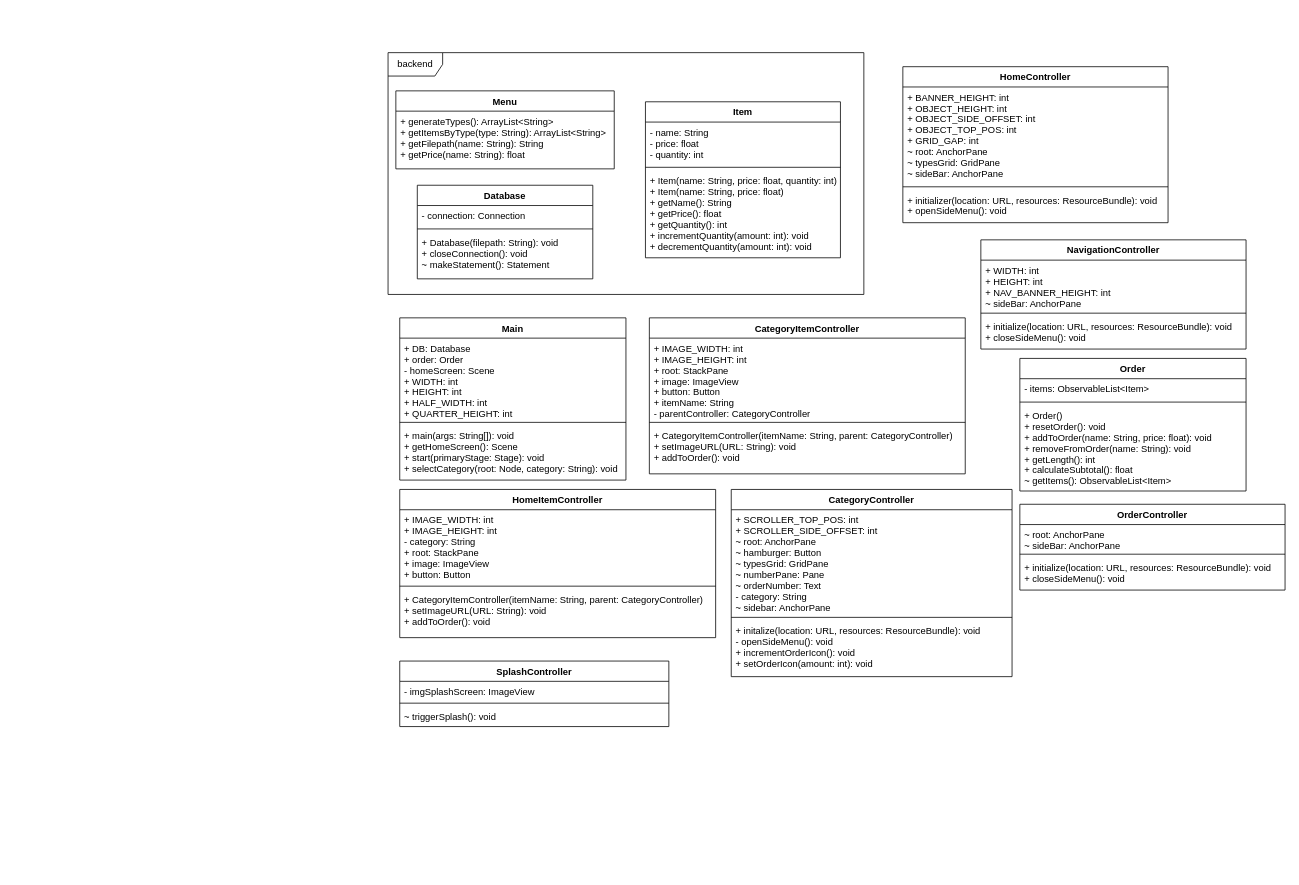
This is ClassDiagram.drawio from matthew-e-brown/COIS-2240H-FinalProject, a draw.io file, before an edit. Source tidied: cells renumbered, new cells numbered last; positions are measured from the earlier drawing's top-left corner, leaving out a move shared by most shapes. Both pictures are drawn from the tidied source at 78%, with x=0, y=0 at pixel (388, 52).
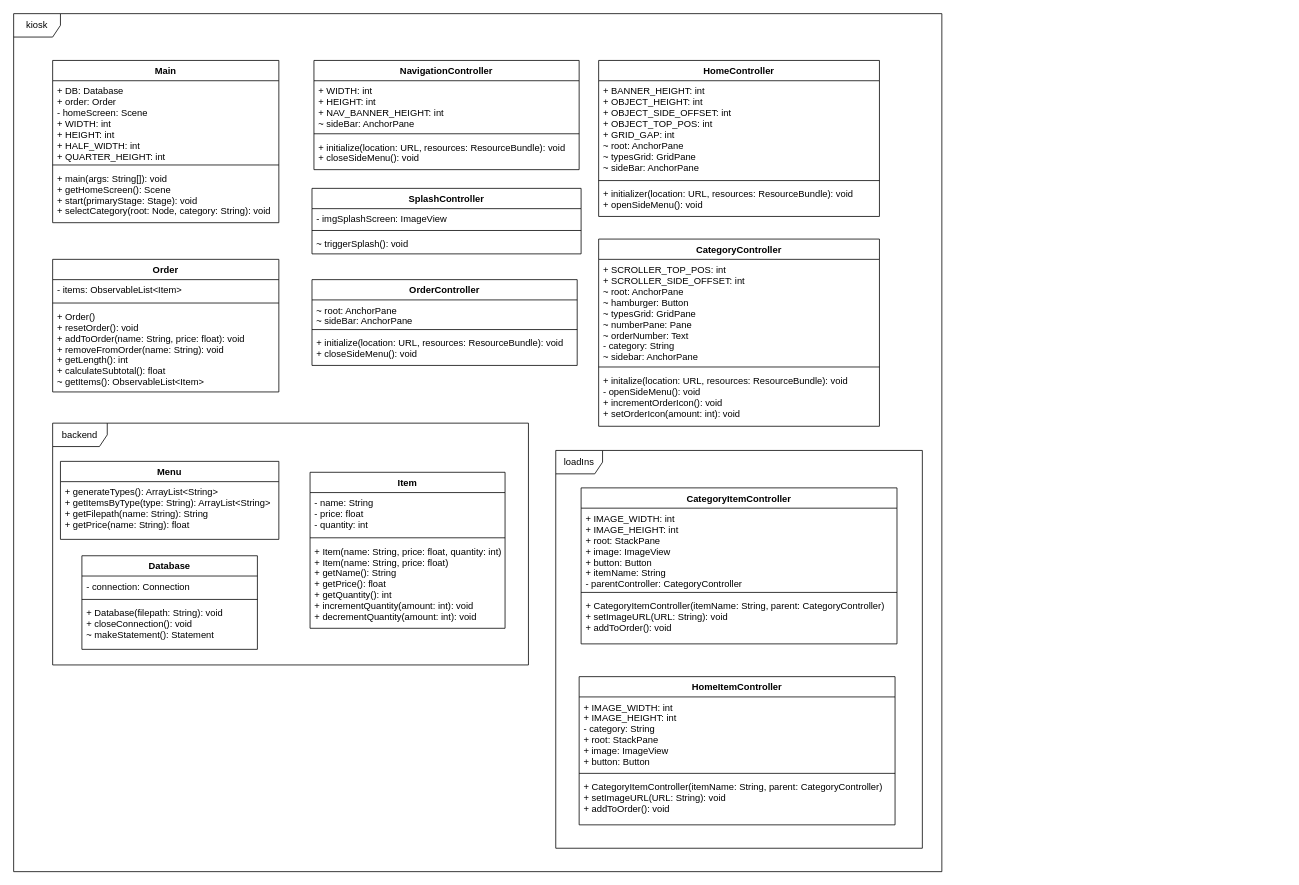
The same page after the edit.

Diff of the diagram source:
```diff
@@
+    <mxCell id="49" value="kiosk&lt;br&gt;" style="shape=umlFrame;whiteSpace=wrap;html=1;" parent="1" vertex="1">
+      <mxGeometry x="-480" y="-50" width="1190" height="1100" as="geometry" />
+    </mxCell>
+    <mxCell id="16" value="&lt;div&gt;backend&lt;/div&gt;" style="shape=umlFrame;whiteSpace=wrap;html=1;width=70;height=30;" parent="1" vertex="1">
+      <mxGeometry x="-430" y="475" width="610" height="310" as="geometry" />
+    </mxCell>
+    <mxCell id="50" value="loadIns&lt;br&gt;" style="shape=umlFrame;whiteSpace=wrap;html=1;" parent="1" vertex="1">
+      <mxGeometry x="215" y="510" width="470" height="510" as="geometry" />
+    </mxCell>
     <mxCell id="2" value="Main" style="swimlane;fontStyle=1;align=center;verticalAlign=top;horizontal=1;startSize=26;" parent="1" vertex="1">
-      <mxGeometry x="15" y="340" width="290" height="208" as="geometry" />
+      <mxGeometry x="-430" y="10" width="290" height="208" as="geometry" />
     </mxCell>
@@
     <mxCell id="6" value="Database" style="swimlane;fontStyle=1;align=center;verticalAlign=top;horizontal=1;startSize=26;" parent="1" vertex="1">
-      <mxGeometry x="37.5" y="170" width="225" height="120" as="geometry" />
+      <mxGeometry x="-392.5" y="645" width="225" height="120" as="geometry" />
     </mxCell>
@@
     <mxCell id="10" value="Item" style="swimlane;fontStyle=1;align=center;verticalAlign=top;horizontal=1;startSize=26;" parent="1" vertex="1">
-      <mxGeometry x="330" y="63" width="250" height="200" as="geometry" />
+      <mxGeometry x="-100" y="538" width="250" height="200" as="geometry" />
     </mxCell>
@@
     <mxCell id="14" value="Menu" style="swimlane;fontStyle=1;horizontal=1;startSize=26;fillColor=none;" parent="1" vertex="1">
-      <mxGeometry x="10" y="49" width="280" height="100" as="geometry" />
+      <mxGeometry x="-420" y="524" width="280" height="100" as="geometry" />
     </mxCell>
@@
-    <mxCell id="16" value="&lt;div&gt;backend&lt;/div&gt;" style="shape=umlFrame;whiteSpace=wrap;html=1;width=70;height=30;" parent="1" vertex="1">
-      <mxGeometry width="610" height="310" as="geometry" />
-    </mxCell>
     <mxCell id="17" value="CategoryItemController" style="swimlane;fontStyle=1;align=center;verticalAlign=top;horizontal=1;startSize=26;" parent="1" vertex="1">
-      <mxGeometry x="335" y="340" width="405" height="200" as="geometry" />
+      <mxGeometry x="247.5" y="558" width="405" height="200" as="geometry" />
     </mxCell>
@@
     <mxCell id="21" value="HomeItemController" style="swimlane;fontStyle=1;align=center;verticalAlign=top;horizontal=1;startSize=26;" parent="1" vertex="1">
-      <mxGeometry x="15" y="560" width="405" height="190" as="geometry" />
+      <mxGeometry x="245" y="800" width="405" height="190" as="geometry" />
     </mxCell>
@@
     <mxCell id="25" value="CategoryController" style="swimlane;fontStyle=1;align=center;verticalAlign=top;horizontal=1;startSize=26;" parent="1" vertex="1">
-      <mxGeometry x="440" y="560" width="360" height="240" as="geometry" />
+      <mxGeometry x="270" y="239" width="360" height="240" as="geometry" />
     </mxCell>
@@
     <mxCell id="29" value="HomeController" style="swimlane;fontStyle=1;align=center;verticalAlign=top;horizontal=1;startSize=26;" parent="1" vertex="1">
-      <mxGeometry x="660" y="18" width="340" height="200" as="geometry" />
+      <mxGeometry x="270" y="10" width="360" height="200" as="geometry" />
     </mxCell>
     <mxCell id="30" value="+ BANNER_HEIGHT: int&#10;+ OBJECT_HEIGHT: int&#10;+ OBJECT_SIDE_OFFSET: int&#10;+ OBJECT_TOP_POS: int&#10;+ GRID_GAP: int&#10;~ root: AnchorPane&#10;~ typesGrid: GridPane&#10;~ sideBar: AnchorPane" style="text;strokeColor=none;fillColor=none;align=left;verticalAlign=top;spacingLeft=4;spacingRight=4;overflow=hidden;" parent="29" vertex="1">
-      <mxGeometry y="26" width="340" height="124" as="geometry" />
+      <mxGeometry y="26" width="360" height="124" as="geometry" />
     </mxCell>
     <mxCell id="31" style="line;strokeWidth=1;fillColor=none;align=left;verticalAlign=middle;spacingTop=-1;spacingLeft=3;spacingRight=3;labelPosition=right;" parent="29" vertex="1">
-      <mxGeometry y="150" width="340" height="8" as="geometry" />
+      <mxGeometry y="150" width="360" height="8" as="geometry" />
     </mxCell>
     <mxCell id="32" value="+ initializer(location: URL, resources: ResourceBundle): void&#10;+ openSideMenu(): void&#10;" style="text;strokeColor=none;fillColor=none;align=left;verticalAlign=top;spacingLeft=4;spacingRight=4;overflow=hidden;" parent="29" vertex="1">
-      <mxGeometry y="158" width="340" height="42" as="geometry" />
+      <mxGeometry y="158" width="360" height="42" as="geometry" />
     </mxCell>
     <mxCell id="33" value="NavigationController" style="swimlane;fontStyle=1;align=center;verticalAlign=top;horizontal=1;startSize=26;" parent="1" vertex="1">
-      <mxGeometry x="760" y="240" width="340" height="140" as="geometry" />
+      <mxGeometry x="-95" y="10" width="340" height="140" as="geometry" />
     </mxCell>
@@
     <mxCell id="37" value="Order" style="swimlane;fontStyle=1;align=center;verticalAlign=top;horizontal=1;startSize=26;" parent="1" vertex="1">
-      <mxGeometry x="810" y="392" width="290" height="170" as="geometry" />
+      <mxGeometry x="-430" y="265" width="290" height="170" as="geometry" />
     </mxCell>
@@
     <mxCell id="41" value="OrderController" style="swimlane;fontStyle=1;align=center;verticalAlign=top;horizontal=1;startSize=26;" parent="1" vertex="1">
-      <mxGeometry x="810" y="579" width="340" height="110" as="geometry" />
+      <mxGeometry x="-97.5" y="291" width="340" height="110" as="geometry" />
     </mxCell>
@@
     <mxCell id="45" value="SplashController" style="swimlane;fontStyle=1;align=center;verticalAlign=top;horizontal=1;startSize=26;" parent="1" vertex="1">
-      <mxGeometry x="15" y="780" width="345" height="84" as="geometry" />
+      <mxGeometry x="-97.5" y="174" width="345" height="84" as="geometry" />
     </mxCell>
```
